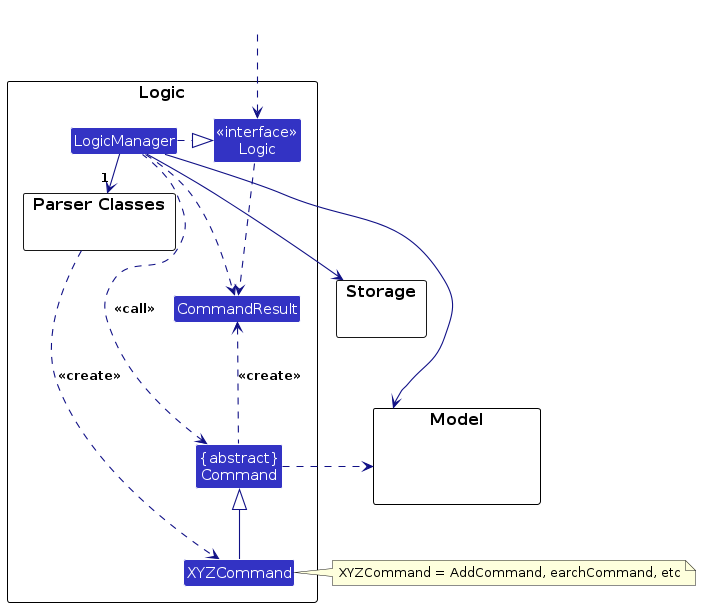
Above: diagrams/LogicClassDiagram.png in ChinZJ/tp (PlantUML), before the change. Its source is kept beside it as diagrams/LogicClassDiagram.puml.
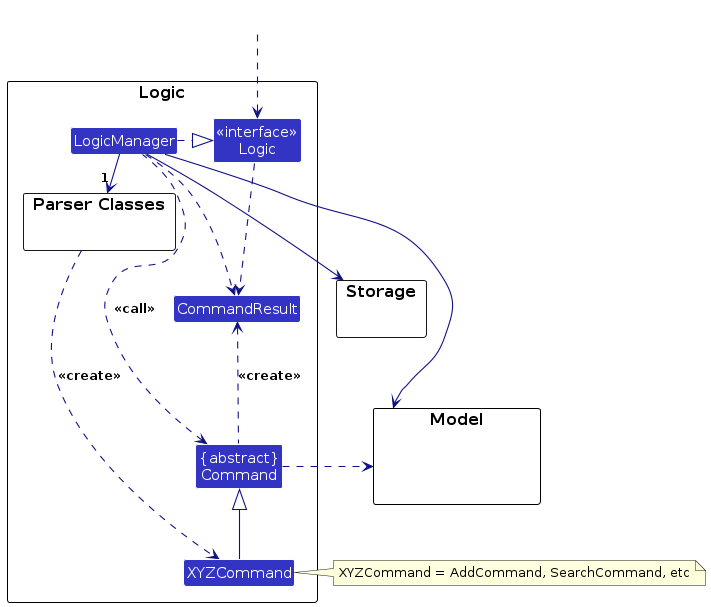
Above is the later version.

The edit, as a diff of the source:
```diff
@@ -38,7 +38,7 @@
 Storage --[hidden] Model
 Command .[hidden]up.> Storage
 Command .right.> Model
-note right of XYZCommand: XYZCommand = AddCommand, \SearchCommand, etc
+note right of XYZCommand: XYZCommand = AddCommand, SearchCommand, etc
 
 Logic ..> CommandResult
 LogicManager .down.> CommandResult
```
